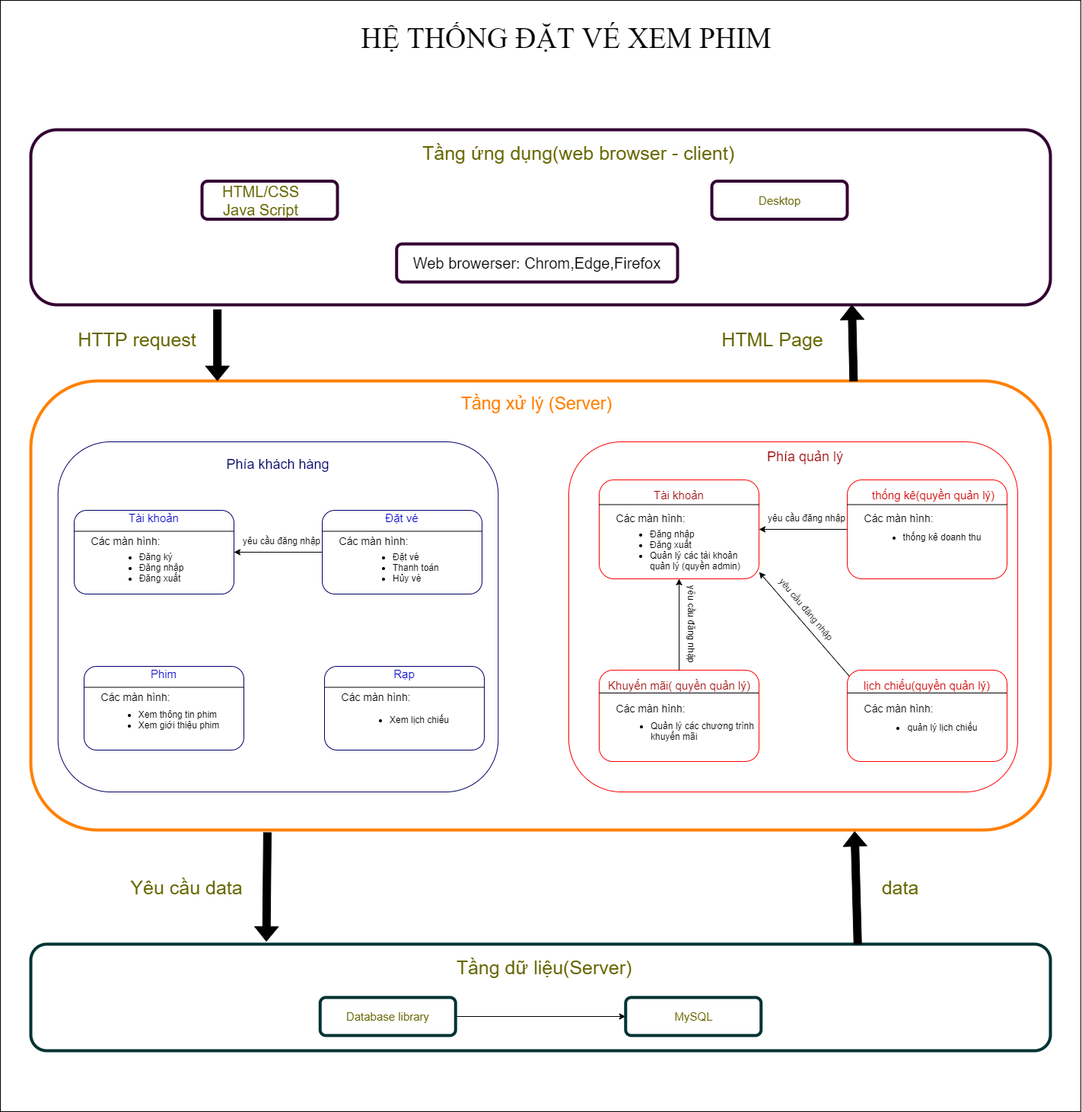
Earlier version of the draw.io export Report2_System_Design/image/4.1.png (baolongnguyenmac/CinemaManagementSystem). Source tidied: cells renumbered, new cells last; positions are measured from the earlier drawing's top-left corner, leaving out a move shared by most shapes.
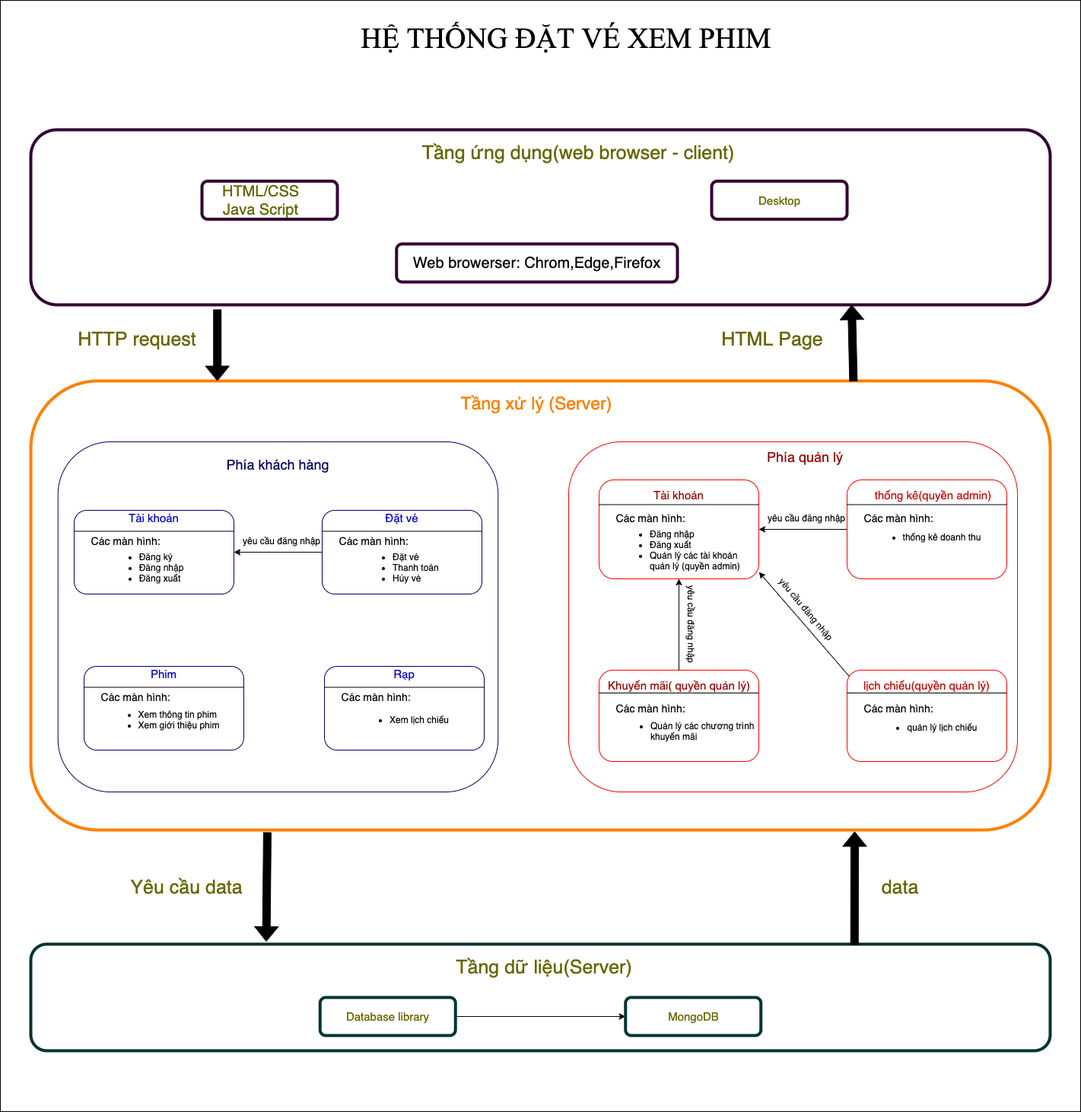
The same file after the commit.

What changed in the source:
```diff
@@ -113,7 +113,7 @@
     <mxCell id="37" style="rounded=1;whiteSpace=wrap;html=1;fillColor=none;strokeColor=#FF0000;" parent="1" vertex="1">
       <mxGeometry x="1113" y="630" width="210" height="130" as="geometry" />
     </mxCell>
-    <mxCell id="38" value="&lt;span style=&quot;font-size: 15px&quot;&gt;&lt;font color=&quot;#cc0000&quot;&gt;thống kê(quyền quản lý)&lt;/font&gt;&lt;/span&gt;" style="text;html=1;strokeColor=none;fillColor=none;align=center;verticalAlign=middle;whiteSpace=wrap;rounded=0;shadow=0;perimeterSpacing=0;" parent="1" vertex="1">
+    <mxCell id="38" value="&lt;span style=&quot;font-size: 15px&quot;&gt;&lt;font color=&quot;#cc0000&quot;&gt;thống kê(quyền admin)&lt;/font&gt;&lt;/span&gt;" style="text;html=1;strokeColor=none;fillColor=none;align=center;verticalAlign=middle;whiteSpace=wrap;rounded=0;shadow=0;perimeterSpacing=0;" parent="1" vertex="1">
       <mxGeometry x="1140" y="640" width="173" height="20" as="geometry" />
     </mxCell>
     <mxCell id="39" value="&lt;div style=&quot;text-align: left&quot;&gt;&lt;ul&gt;&lt;li&gt;thống kê doanh thu&lt;/li&gt;&lt;/ul&gt;&lt;/div&gt;" style="text;html=1;strokeColor=none;fillColor=none;align=center;verticalAlign=middle;whiteSpace=wrap;rounded=0;" parent="1" vertex="1">
@@ -197,14 +197,16 @@
     <mxCell id="65" style="rounded=1;whiteSpace=wrap;html=1;shadow=0;strokeWidth=4;strokeColor=#003333;" parent="1" vertex="1">
       <mxGeometry x="821.8" y="1310" width="178" height="50" as="geometry" />
     </mxCell>
-    <mxCell id="66" value="&lt;font style=&quot;font-size: 15px&quot; color=&quot;#666600&quot;&gt;MySQL&lt;/font&gt;" style="text;html=1;strokeColor=none;fillColor=none;align=center;verticalAlign=middle;whiteSpace=wrap;rounded=0;" parent="1" vertex="1">
+    <mxCell id="66" value="&lt;font color=&quot;#666600&quot;&gt;&lt;span style=&quot;font-size: 15px&quot;&gt;MongoDB&lt;/span&gt;&lt;/font&gt;" style="text;html=1;strokeColor=none;fillColor=none;align=center;verticalAlign=middle;whiteSpace=wrap;rounded=0;" parent="1" vertex="1">
       <mxGeometry x="839.8" y="1322.5" width="143" height="25" as="geometry" />
     </mxCell>
     <mxCell id="67" style="shape=flexArrow;endArrow=classic;html=1;exitX=0.232;exitY=1.005;exitDx=0;exitDy=0;entryX=0.231;entryY=-0.025;entryDx=0;entryDy=0;entryPerimeter=0;fillColor=#000000;exitPerimeter=0;" parent="1" edge="1" source="4" target="59">
       <mxGeometry relative="1" as="geometry" />
     </mxCell>
-    <mxCell id="68" style="shape=flexArrow;endArrow=classic;html=1;fillColor=#000000;exitX=0.811;exitY=0.002;exitDx=0;exitDy=0;exitPerimeter=0;entryX=0.808;entryY=1.003;entryDx=0;entryDy=0;entryPerimeter=0;" parent="1" edge="1" source="59" target="4">
-      <mxGeometry relative="1" as="geometry" />
+    <mxCell id="68" style="shape=flexArrow;endArrow=classic;html=1;fillColor=#000000;exitX=0.808;exitY=0.007;exitDx=0;exitDy=0;exitPerimeter=0;" parent="1" edge="1" source="59">
+      <mxGeometry relative="1" as="geometry">
+        <mxPoint x="1123" y="1092" as="targetPoint" />
+      </mxGeometry>
     </mxCell>
     <mxCell id="69" value="&lt;font color=&quot;#666600&quot;&gt;&lt;span style=&quot;font-size: 25px&quot;&gt;Yêu cầu data&lt;/span&gt;&lt;/font&gt;" style="text;html=1;strokeColor=none;fillColor=none;align=center;verticalAlign=middle;whiteSpace=wrap;rounded=0;" parent="1" vertex="1">
       <mxGeometry x="150" y="1150" width="190" height="30" as="geometry" />
```
